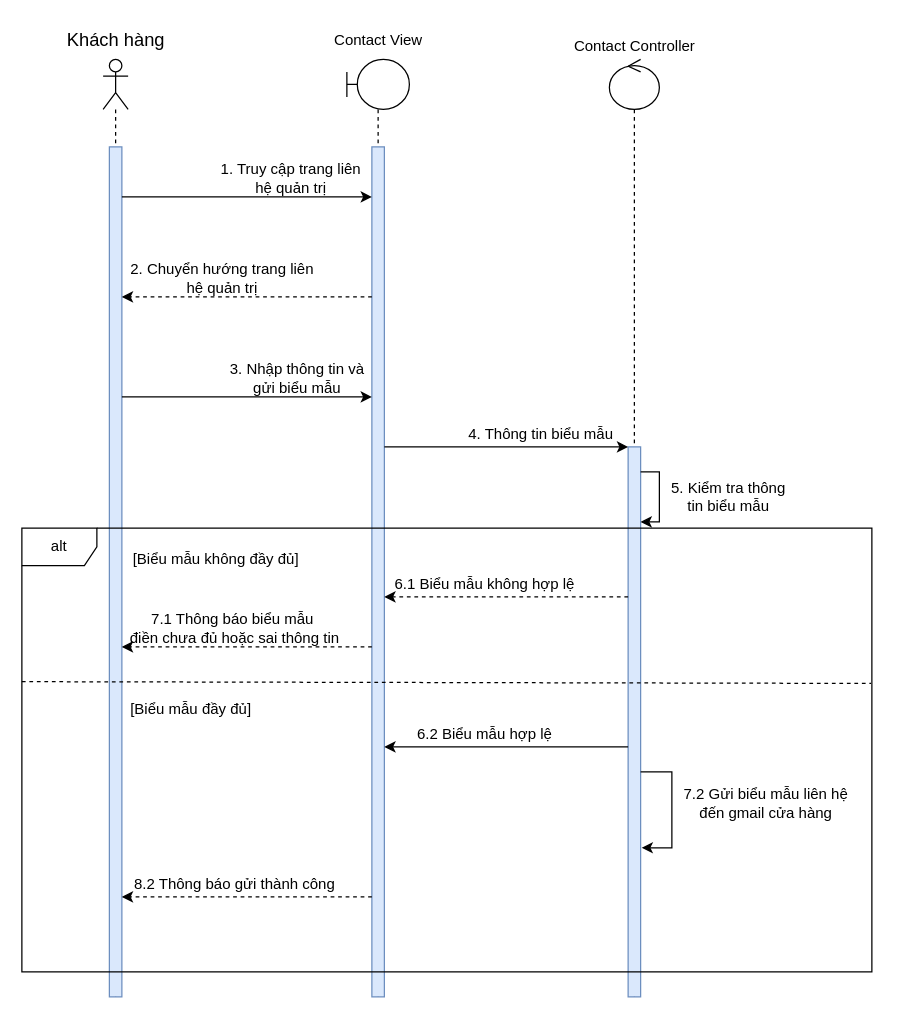
Earlier version of the draw.io diagram Nam3_HK1/CNPM_SoftTech/Sequence Diagrams/Linh Quân/SD_LiênHệQuảnTrị.drawio (EdgarIgnite16/SGU-Course). Source tidied: cells renumbered, new cells numbered last; positions are measured from the earlier drawing's top-left corner, leaving out a move shared by most shapes. Both pictures are drawn from the tidied source at 125%, with x=0, y=0 at pixel (21, 21).
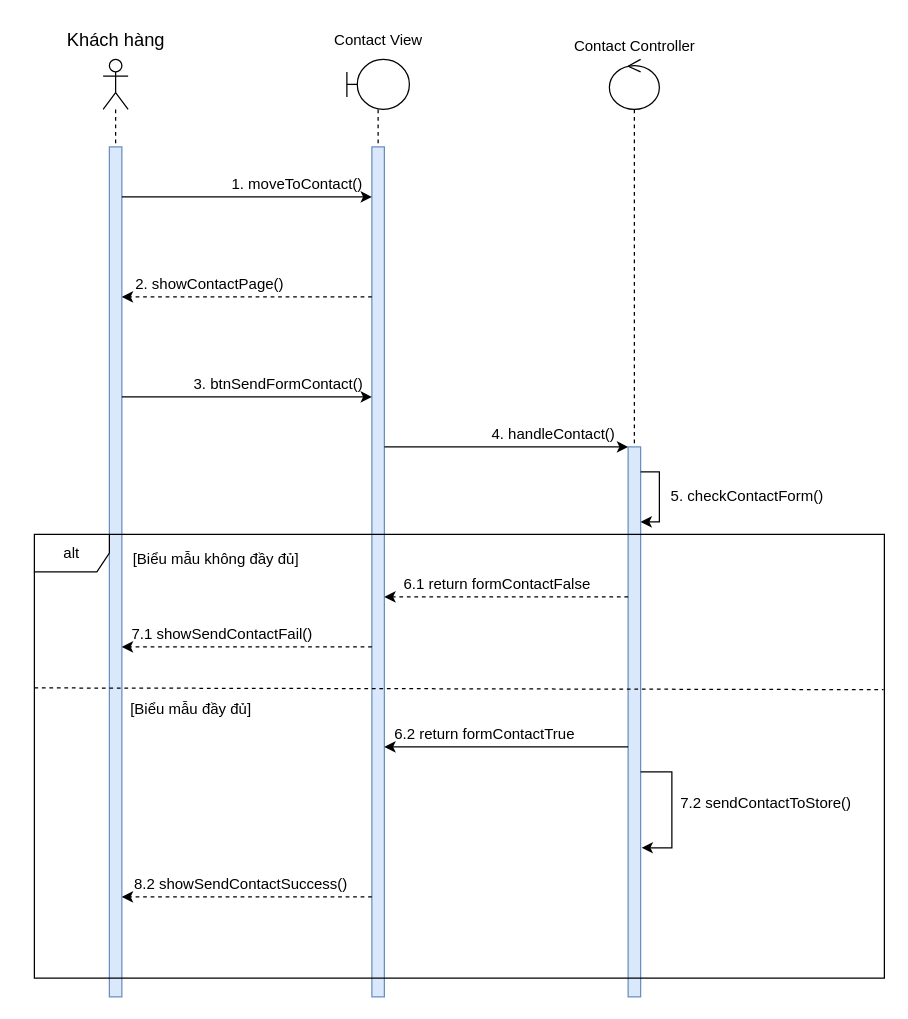
Above is the later version.

What changed in the source:
```diff
@@
-    <mxCell id="14" value="1. Truy cập trang liên&lt;br&gt;hệ quản trị" style="text;html=1;align=center;verticalAlign=middle;strokeColor=none;fillColor=none;" parent="1" vertex="1">
-      <mxGeometry x="150" y="110" width="130" height="30" as="geometry" />
+    <mxCell id="14" value="1. moveToContact()" style="text;html=1;align=center;verticalAlign=middle;strokeColor=none;fillColor=none;" parent="1" vertex="1">
+      <mxGeometry x="160" y="120" width="120" height="20" as="geometry" />
     </mxCell>
@@
-    <mxCell id="16" value="2. Chuyển hướng trang liên&lt;br&gt;hệ quản trị" style="text;html=1;align=center;verticalAlign=middle;strokeColor=none;fillColor=none;" parent="1" vertex="1">
-      <mxGeometry x="80" y="190" width="160" height="30" as="geometry" />
+    <mxCell id="16" value="2. showContactPage()" style="text;html=1;align=center;verticalAlign=middle;strokeColor=none;fillColor=none;" parent="1" vertex="1">
+      <mxGeometry x="85" y="200" width="130" height="20" as="geometry" />
     </mxCell>
@@
-    <mxCell id="18" value="3. Nhập thông tin và &lt;br&gt;gửi biểu mẫu" style="text;html=1;align=center;verticalAlign=middle;strokeColor=none;fillColor=none;" parent="1" vertex="1">
-      <mxGeometry x="160" y="270" width="120" height="30" as="geometry" />
+    <mxCell id="18" value="3. btnSendFormContact()" style="text;html=1;align=center;verticalAlign=middle;strokeColor=none;fillColor=none;" parent="1" vertex="1">
+      <mxGeometry x="130" y="280" width="150" height="20" as="geometry" />
     </mxCell>
@@
-    <mxCell id="21" value="4. Thông tin biểu mẫu" style="text;html=1;align=center;verticalAlign=middle;strokeColor=none;fillColor=none;" parent="1" vertex="1">
-      <mxGeometry x="350" y="320" width="130" height="20" as="geometry" />
+    <mxCell id="21" value="4. handleContact()" style="text;html=1;align=center;verticalAlign=middle;strokeColor=none;fillColor=none;" parent="1" vertex="1">
+      <mxGeometry x="370" y="320" width="110" height="20" as="geometry" />
     </mxCell>
-    <mxCell id="22" value="5. Kiểm tra thông &lt;br&gt;tin biểu mẫu" style="text;html=1;align=center;verticalAlign=middle;strokeColor=none;fillColor=none;" parent="1" vertex="1">
-      <mxGeometry x="510" y="365" width="110" height="30" as="geometry" />
+    <mxCell id="22" value="5. checkContactForm()" style="text;html=1;align=center;verticalAlign=middle;strokeColor=none;fillColor=none;" parent="1" vertex="1">
+      <mxGeometry x="510" y="370" width="140" height="20" as="geometry" />
     </mxCell>
@@
-    <mxCell id="24" value="6.1 Biểu mẫu không hợp lệ" style="text;html=1;align=center;verticalAlign=middle;strokeColor=none;fillColor=none;" parent="1" vertex="1">
-      <mxGeometry x="290" y="440" width="160" height="20" as="geometry" />
+    <mxCell id="24" value="6.1 return formContactFalse" style="text;html=1;align=center;verticalAlign=middle;strokeColor=none;fillColor=none;" parent="1" vertex="1">
+      <mxGeometry x="300" y="440" width="160" height="20" as="geometry" />
     </mxCell>
@@
-    <mxCell id="26" value="7.1 Thông báo biểu mẫu&amp;nbsp;&lt;br&gt;điền chưa đủ hoặc sai thông tin" style="text;html=1;align=center;verticalAlign=middle;strokeColor=none;fillColor=none;" parent="1" vertex="1">
-      <mxGeometry x="80" y="470" width="180" height="30" as="geometry" />
+    <mxCell id="26" value="7.1 showSendContactFail()" style="text;html=1;align=center;verticalAlign=middle;strokeColor=none;fillColor=none;" parent="1" vertex="1">
+      <mxGeometry x="80" y="480" width="160" height="20" as="geometry" />
     </mxCell>
@@
-    <mxCell id="29" value="6.2 Biểu mẫu hợp lệ" style="text;html=1;align=center;verticalAlign=middle;strokeColor=none;fillColor=none;" parent="1" vertex="1">
-      <mxGeometry x="310" y="560" width="120" height="20" as="geometry" />
+    <mxCell id="29" value="6.2 return formContactTrue" style="text;html=1;align=center;verticalAlign=middle;strokeColor=none;fillColor=none;" parent="1" vertex="1">
+      <mxGeometry x="290" y="560" width="160" height="20" as="geometry" />
     </mxCell>
@@
-    <mxCell id="31" value="8.2 Thông báo gửi thành công" style="text;html=1;align=center;verticalAlign=middle;strokeColor=none;fillColor=none;" parent="1" vertex="1">
-      <mxGeometry x="80" y="680" width="180" height="20" as="geometry" />
+    <mxCell id="31" value="8.2 showSendContactSuccess()" style="text;html=1;align=center;verticalAlign=middle;strokeColor=none;fillColor=none;" parent="1" vertex="1">
+      <mxGeometry x="80" y="680" width="190" height="20" as="geometry" />
     </mxCell>
-    <mxCell id="32" value="7.2 Gửi biểu mẫu liên hệ&lt;br&gt;đến gmail cửa hàng" style="text;html=1;align=center;verticalAlign=middle;strokeColor=none;fillColor=none;" parent="1" vertex="1">
-      <mxGeometry x="520" y="610" width="150" height="30" as="geometry" />
+    <mxCell id="32" value="7.2 sendContactToStore()" style="text;html=1;align=center;verticalAlign=middle;strokeColor=none;fillColor=none;" parent="1" vertex="1">
+      <mxGeometry x="520" y="615" width="150" height="20" as="geometry" />
     </mxCell>
     <mxCell id="33" value="alt" style="shape=umlFrame;whiteSpace=wrap;html=1;" parent="1" vertex="1">
-      <mxGeometry y="405" width="680" height="355" as="geometry" />
+      <mxGeometry x="10" y="410" width="680" height="355" as="geometry" />
     </mxCell>
```
